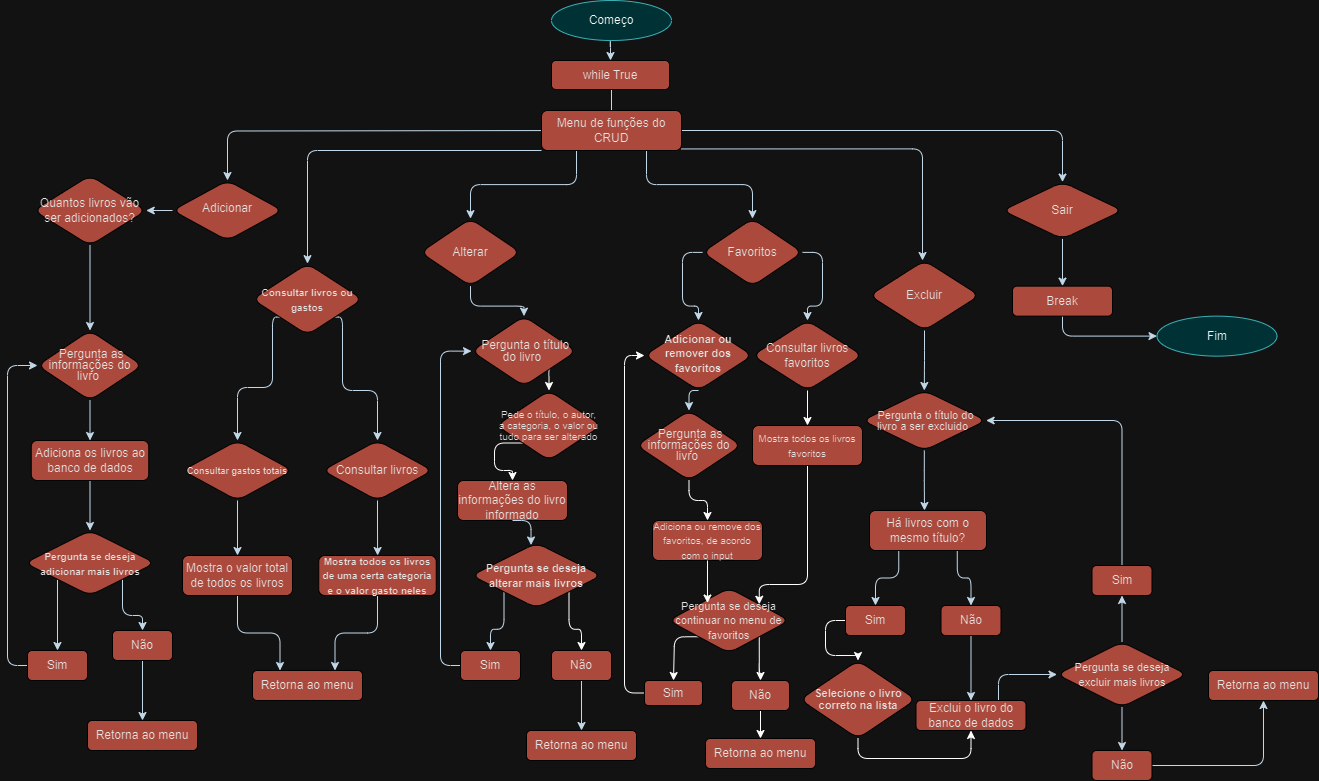
This is FluxogramaCRUD.drawio.png from luzianes/CRUD-de-Livros, a draw.io export, as it was before one commit. Source tidied: cells renumbered, new cells last; positions are measured from the earlier drawing's top-left corner, leaving out a move shared by most shapes.
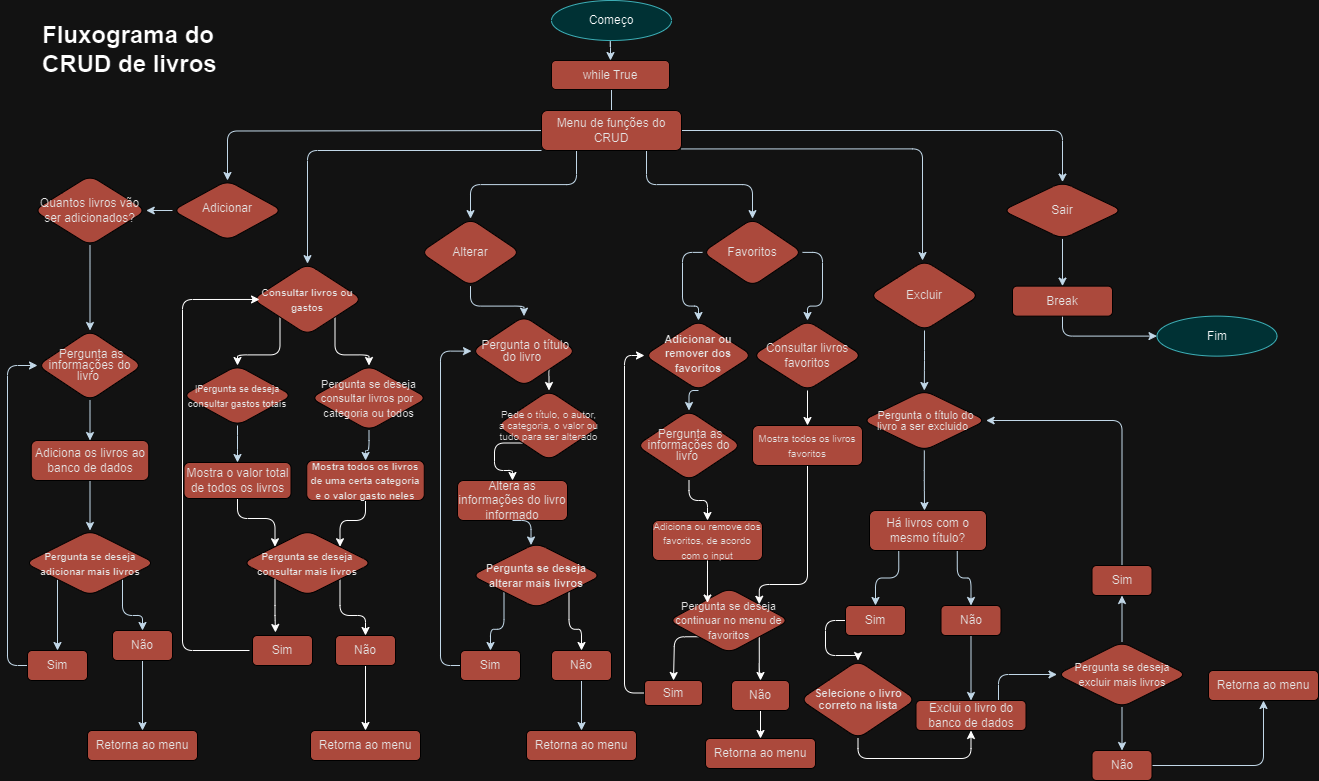
Later version of the same file.

Commit message:
Ajustes no fluxograma

What changed in the source:
```diff
@@ -48,24 +48,12 @@
     <mxCell id="12" value="Adicionar" style="rhombus;whiteSpace=wrap;html=1;shadow=0;fontFamily=Helvetica;fontSize=12;align=center;strokeWidth=1;spacing=6;spacingTop=-4;labelBackgroundColor=none;rounded=1;fillColor=#F08E81;strokeColor=#FFFFFF;fontColor=#1A1A1A;" parent="1" vertex="1">
       <mxGeometry x="148" y="180" width="110" height="60" as="geometry" />
     </mxCell>
+    <mxCell id="14" style="edgeStyle=orthogonalEdgeStyle;rounded=1;jettySize=auto;html=1;exitX=1;exitY=1;exitDx=0;exitDy=0;" parent="1" edge="1" source="15" target="31">
+      <mxGeometry relative="1" as="geometry" />
+    </mxCell>
-    <mxCell id="13" style="edgeStyle=orthogonalEdgeStyle;rounded=1;jettySize=auto;html=1;exitX=0;exitY=1;exitDx=0;exitDy=0;entryX=0.5;entryY=0;entryDx=0;entryDy=0;labelBackgroundColor=none;fontColor=default;strokeColor=#182E3E;" parent="1" edge="1" source="15" target="29">
-      <mxGeometry relative="1" as="geometry">
-        <Array as="points">
-          <mxPoint x="248" y="317" />
-          <mxPoint x="248" y="387" />
-          <mxPoint x="213" y="387" />
-        </Array>
-      </mxGeometry>
+    <mxCell id="13" style="edgeStyle=orthogonalEdgeStyle;rounded=1;jettySize=auto;html=1;exitX=0;exitY=1;exitDx=0;exitDy=0;entryX=0.5;entryY=0;entryDx=0;entryDy=0;" parent="1" edge="1" source="15" target="29">
+      <mxGeometry relative="1" as="geometry" />
     </mxCell>
-    <mxCell id="14" style="edgeStyle=orthogonalEdgeStyle;rounded=1;jettySize=auto;html=1;exitX=1;exitY=1;exitDx=0;exitDy=0;labelBackgroundColor=none;fontColor=default;entryX=0.5;entryY=0;entryDx=0;entryDy=0;strokeColor=#182E3E;" parent="1" edge="1" source="15" target="31">
-      <mxGeometry relative="1" as="geometry">
-        <Array as="points">
-          <mxPoint x="318" y="317" />
-          <mxPoint x="318" y="390" />
-          <mxPoint x="353" y="390" />
-        </Array>
-      </mxGeometry>
-    </mxCell>
     <mxCell id="15" value="&lt;font style=&quot;font-size: 10px;&quot;&gt;&lt;b&gt;Consultar livros ou gastos&lt;/b&gt;&lt;/font&gt;" style="rhombus;whiteSpace=wrap;html=1;labelBackgroundColor=none;rounded=1;fillColor=#F08E81;strokeColor=#FFFFFF;fontColor=#1A1A1A;" parent="1" vertex="1">
       <mxGeometry x="228" y="263.1" width="110" height="71.2" as="geometry" />
     </mxCell>
@@ -108,26 +96,26 @@
     <mxCell id="28" style="edgeStyle=orthogonalEdgeStyle;rounded=1;jettySize=auto;html=1;exitX=0.5;exitY=1;exitDx=0;exitDy=0;labelBackgroundColor=none;fontColor=default;strokeColor=#182E3E;" parent="1" edge="1" source="29" target="33">
       <mxGeometry relative="1" as="geometry" />
     </mxCell>
-    <mxCell id="29" value="&lt;font style=&quot;font-size: 9px;&quot;&gt;&lt;b&gt;Consultar gastos totais&lt;/b&gt;&lt;/font&gt;" style="rhombus;whiteSpace=wrap;html=1;labelBackgroundColor=none;rounded=1;fillColor=#F08E81;strokeColor=#FFFFFF;fontColor=#1A1A1A;" parent="1" vertex="1">
-      <mxGeometry x="158" y="440" width="110" height="60" as="geometry" />
+    <mxCell id="29" value="&lt;font style=&quot;font-size: 9px;&quot;&gt;&lt;b&gt;|Pergunta se deseja consultar gastos totais&lt;/b&gt;&lt;/font&gt;" style="rhombus;whiteSpace=wrap;html=1;labelBackgroundColor=none;rounded=1;fillColor=#F08E81;strokeColor=#FFFFFF;fontColor=#1A1A1A;" parent="1" vertex="1">
+      <mxGeometry x="158" y="365" width="110" height="60" as="geometry" />
     </mxCell>
     <mxCell id="30" style="edgeStyle=orthogonalEdgeStyle;rounded=1;jettySize=auto;html=1;exitX=0.5;exitY=1;exitDx=0;exitDy=0;labelBackgroundColor=none;fontColor=default;strokeColor=#182E3E;" parent="1" edge="1" source="31" target="35">
       <mxGeometry relative="1" as="geometry" />
     </mxCell>
-    <mxCell id="31" value="Consultar livros" style="rhombus;whiteSpace=wrap;html=1;labelBackgroundColor=none;rounded=1;fillColor=#F08E81;strokeColor=#FFFFFF;fontColor=#1A1A1A;" parent="1" vertex="1">
-      <mxGeometry x="298" y="440" width="110" height="60" as="geometry" />
+    <mxCell id="31" value="&lt;font style=&quot;font-size: 11px;&quot;&gt;Pergunta se deseja consultar livros por&amp;nbsp; categoria ou todos&lt;/font&gt;" style="rhombus;whiteSpace=wrap;html=1;labelBackgroundColor=none;rounded=1;fillColor=#F08E81;strokeColor=#FFFFFF;fontColor=#1A1A1A;" parent="1" vertex="1">
+      <mxGeometry x="286" y="365" width="117" height="65" as="geometry" />
     </mxCell>
-    <mxCell id="32" style="edgeStyle=orthogonalEdgeStyle;rounded=1;jettySize=auto;html=1;exitX=0.5;exitY=1;exitDx=0;exitDy=0;entryX=0.25;entryY=0;entryDx=0;entryDy=0;labelBackgroundColor=none;fontColor=default;strokeColor=#182E3E;" parent="1" edge="1" source="33" target="51">
-      <mxGeometry relative="1" as="geometry" />
-    </mxCell>
+    <mxCell id="107" style="edgeStyle=orthogonalEdgeStyle;rounded=1;jettySize=auto;html=1;exitX=0.5;exitY=1;exitDx=0;exitDy=0;entryX=0;entryY=0;entryDx=0;entryDy=0;" parent="1" edge="1" source="33" target="110">
+      <mxGeometry relative="1" as="geometry" />
+    </mxCell>
     <mxCell id="33" value="Mostra o valor total de todos os livros" style="rounded=1;whiteSpace=wrap;html=1;labelBackgroundColor=none;fillColor=#F08E81;strokeColor=#FFFFFF;fontColor=#1A1A1A;" parent="1" vertex="1">
-      <mxGeometry x="158" y="555" width="110" height="40" as="geometry" />
+      <mxGeometry x="159.5" y="462" width="107" height="36" as="geometry" />
     </mxCell>
-    <mxCell id="34" style="edgeStyle=orthogonalEdgeStyle;rounded=1;jettySize=auto;html=1;exitX=0.5;exitY=1;exitDx=0;exitDy=0;entryX=0.75;entryY=0;entryDx=0;entryDy=0;labelBackgroundColor=none;fontColor=default;strokeColor=#182E3E;" parent="1" edge="1" source="35" target="51">
-      <mxGeometry relative="1" as="geometry" />
-    </mxCell>
+    <mxCell id="108" style="edgeStyle=orthogonalEdgeStyle;rounded=1;jettySize=auto;html=1;exitX=0.5;exitY=1;exitDx=0;exitDy=0;entryX=1;entryY=0;entryDx=0;entryDy=0;" parent="1" edge="1" source="35" target="110">
+      <mxGeometry relative="1" as="geometry" />
+    </mxCell>
     <mxCell id="35" value="&lt;font style=&quot;font-size: 10px;&quot;&gt;&lt;b&gt;Mostra todos os livros de uma certa categoria e o valor gasto neles&lt;/b&gt;&lt;/font&gt;" style="rounded=1;whiteSpace=wrap;html=1;labelBackgroundColor=none;fillColor=#F08E81;strokeColor=#FFFFFF;fontColor=#1A1A1A;" parent="1" vertex="1">
-      <mxGeometry x="294.2" y="555" width="117.5" height="40" as="geometry" />
+      <mxGeometry x="282.2" y="460" width="117.5" height="40" as="geometry" />
     </mxCell>
     <mxCell id="36" style="edgeStyle=orthogonalEdgeStyle;rounded=1;jettySize=auto;html=1;exitX=0.5;exitY=1;exitDx=0;exitDy=0;labelBackgroundColor=none;fontColor=default;strokeColor=#182E3E;" parent="1" edge="1" source="18" target="37">
       <mxGeometry relative="1" as="geometry" />
@@ -172,11 +160,8 @@
       <mxGeometry x="88" y="630" width="60" height="30" as="geometry" />
     </mxCell>
     <mxCell id="50" value="Retorna ao menu" style="rounded=1;whiteSpace=wrap;html=1;labelBackgroundColor=none;fillColor=#F08E81;strokeColor=#FFFFFF;fontColor=#1A1A1A;" parent="1" vertex="1">
-      <mxGeometry x="63" y="720" width="110" height="30" as="geometry" />
+      <mxGeometry x="63" y="730" width="110" height="30" as="geometry" />
     </mxCell>
-    <mxCell id="51" value="Retorna ao menu" style="rounded=1;whiteSpace=wrap;html=1;labelBackgroundColor=none;fillColor=#F08E81;strokeColor=#FFFFFF;fontColor=#1A1A1A;" parent="1" vertex="1">
-      <mxGeometry x="228" y="670" width="110" height="30" as="geometry" />
-    </mxCell>
     <mxCell id="52" style="edgeStyle=orthogonalEdgeStyle;rounded=1;jettySize=auto;html=1;exitX=1;exitY=1;exitDx=0;exitDy=0;entryX=0.5;entryY=0;entryDx=0;entryDy=0;" parent="1" edge="1" source="53" target="95">
       <mxGeometry relative="1" as="geometry" />
     </mxCell>
@@ -358,5 +343,38 @@
     <mxCell id="106" value="Retorna ao menu" style="rounded=1;whiteSpace=wrap;html=1;labelBackgroundColor=none;fillColor=#F08E81;strokeColor=#FFFFFF;fontColor=#1A1A1A;" parent="1" vertex="1">
       <mxGeometry x="681" y="738" width="110" height="30" as="geometry" />
     </mxCell>
+    <mxCell id="109" style="edgeStyle=orthogonalEdgeStyle;rounded=1;jettySize=auto;html=1;exitX=1;exitY=1;exitDx=0;exitDy=0;entryX=0.5;entryY=0;entryDx=0;entryDy=0;" parent="1" edge="1" source="110" target="115">
+      <mxGeometry relative="1" as="geometry" />
+    </mxCell>
+    <mxCell id="110" value="&lt;font style=&quot;font-size: 10px;&quot;&gt;&lt;b&gt;Pergunta se deseja consultar mais livros&lt;/b&gt;&lt;/font&gt;" style="rhombus;whiteSpace=wrap;html=1;labelBackgroundColor=none;rounded=1;fillColor=#F08E81;strokeColor=#FFFFFF;fontColor=#1A1A1A;" parent="1" vertex="1">
+      <mxGeometry x="218" y="530" width="130" height="65" as="geometry" />
+    </mxCell>
+    <mxCell id="111" style="edgeStyle=orthogonalEdgeStyle;rounded=1;jettySize=auto;html=1;exitX=0;exitY=0.5;exitDx=0;exitDy=0;entryX=0.064;entryY=0.503;entryDx=0;entryDy=0;entryPerimeter=0;" parent="1" edge="1" target="15">
+      <mxGeometry relative="1" as="geometry">
+        <mxPoint x="225" y="650" as="sourcePoint" />
+        <Array as="points">
+          <mxPoint x="158" y="650" />
+          <mxPoint x="158" y="299" />
+        </Array>
+      </mxGeometry>
+    </mxCell>
+    <mxCell id="112" value="Sim" style="rounded=1;whiteSpace=wrap;html=1;labelBackgroundColor=none;fillColor=#F08E81;strokeColor=#FFFFFF;fontColor=#1A1A1A;" parent="1" vertex="1">
+      <mxGeometry x="228" y="635" width="60" height="30" as="geometry" />
+    </mxCell>
+    <mxCell id="113" style="edgeStyle=orthogonalEdgeStyle;rounded=1;jettySize=auto;html=1;exitX=0;exitY=1;exitDx=0;exitDy=0;entryX=0.383;entryY=-0.1;entryDx=0;entryDy=0;entryPerimeter=0;" parent="1" edge="1" source="110" target="112">
+      <mxGeometry relative="1" as="geometry" />
+    </mxCell>
+    <mxCell id="114" style="edgeStyle=orthogonalEdgeStyle;rounded=1;jettySize=auto;html=1;exitX=0.5;exitY=1;exitDx=0;exitDy=0;entryX=0.5;entryY=0;entryDx=0;entryDy=0;" parent="1" edge="1" source="115" target="51">
+      <mxGeometry relative="1" as="geometry" />
+    </mxCell>
+    <mxCell id="115" value="Não" style="rounded=1;whiteSpace=wrap;html=1;labelBackgroundColor=none;fillColor=#F08E81;strokeColor=#FFFFFF;fontColor=#1A1A1A;" parent="1" vertex="1">
+      <mxGeometry x="311" y="635" width="60" height="30" as="geometry" />
+    </mxCell>
+    <mxCell id="116" value="&lt;h1&gt;Fluxograma do CRUD de livros&lt;/h1&gt;" style="text;html=1;strokeColor=none;fillColor=none;spacing=5;spacingTop=-20;whiteSpace=wrap;overflow=hidden;rounded=0;" parent="1" vertex="1">
+      <mxGeometry x="13" y="14.5" width="190" height="120" as="geometry" />
+    </mxCell>
+    <mxCell id="51" value="Retorna ao menu" style="rounded=1;whiteSpace=wrap;html=1;labelBackgroundColor=none;fillColor=#F08E81;strokeColor=#FFFFFF;fontColor=#1A1A1A;" parent="1" vertex="1">
+      <mxGeometry x="286" y="730" width="110" height="30" as="geometry" />
+    </mxCell>
   </root>
 </mxGraphModel>
```
